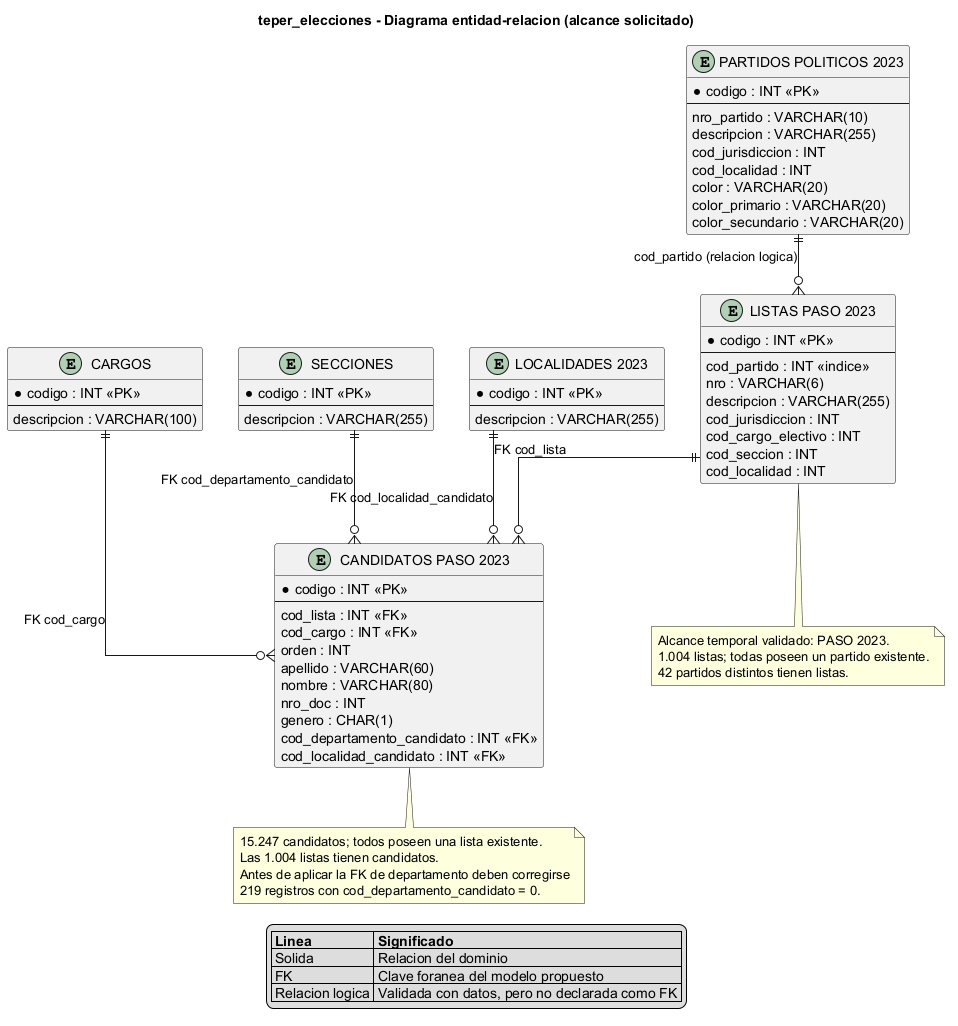
teperentrerios/documentacion keeps this PlantUML diagram as elecciones2023/01_diagrama_entidad_relacion.png. Above is the earlier version.
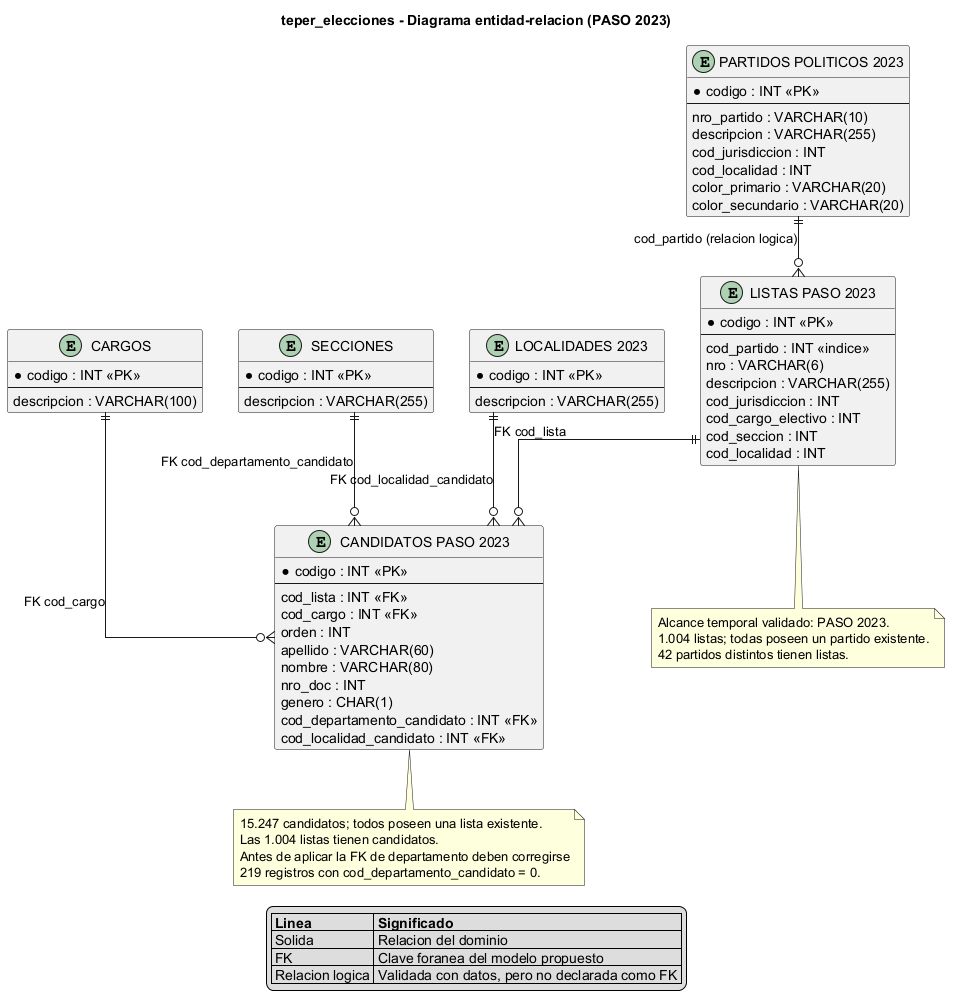
The same diagram one commit later.

What changed in the source:
```diff
@@ -1,5 +1,5 @@
 @startuml
-title teper_elecciones - Diagrama entidad-relacion (alcance solicitado)
+title teper_elecciones - Diagrama entidad-relacion (PASO 2023)
 
 hide methods
 skinparam linetype ortho
@@ -17,7 +17,6 @@
   descripcion : VARCHAR(255)
   cod_jurisdiccion : INT
   cod_localidad : INT
-  color : VARCHAR(20)
   color_primario : VARCHAR(20)
   color_secundario : VARCHAR(20)
 }
```
